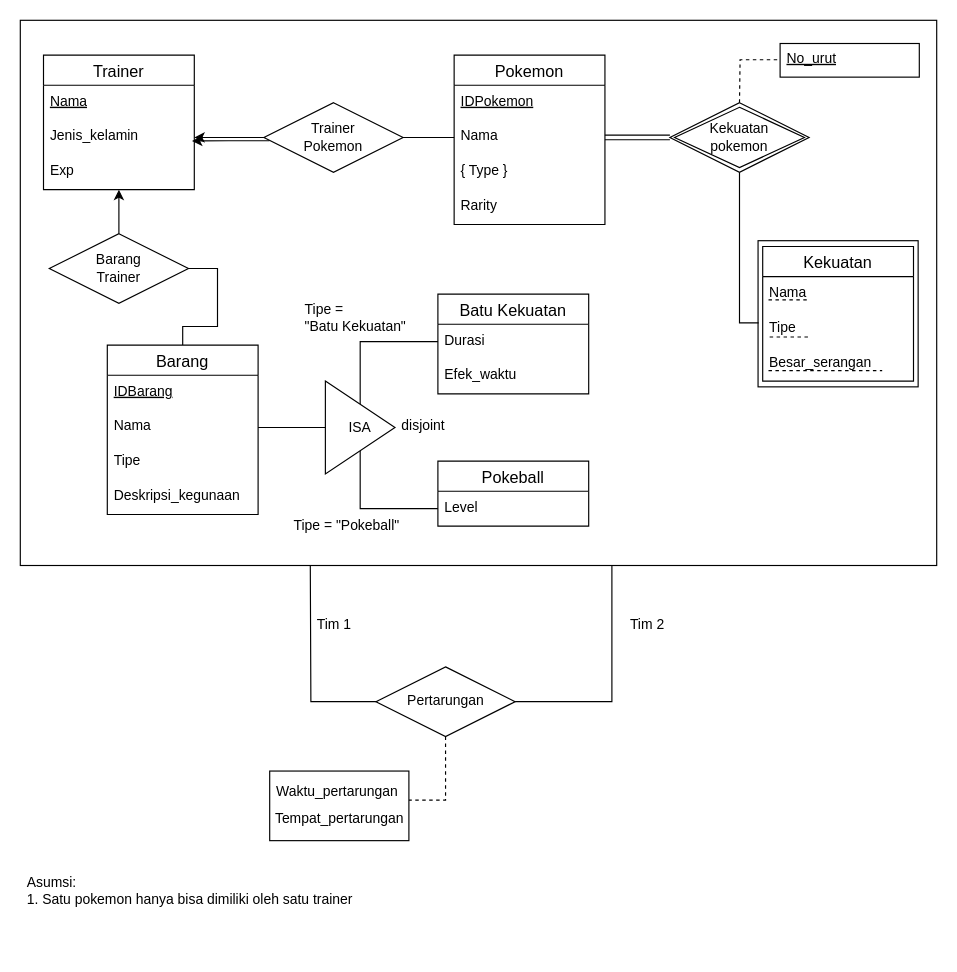
Before: ER minggu 9 2.drawio in codfikri/coursera-test, a draw.io diagram. Source tidied: cells renumbered, new cells numbered last; positions are measured from the earlier drawing's top-left corner, leaving out a move shared by most shapes. Both pictures are drawn from the tidied source at 116%, with x=0, y=0 at pixel (20, 20).
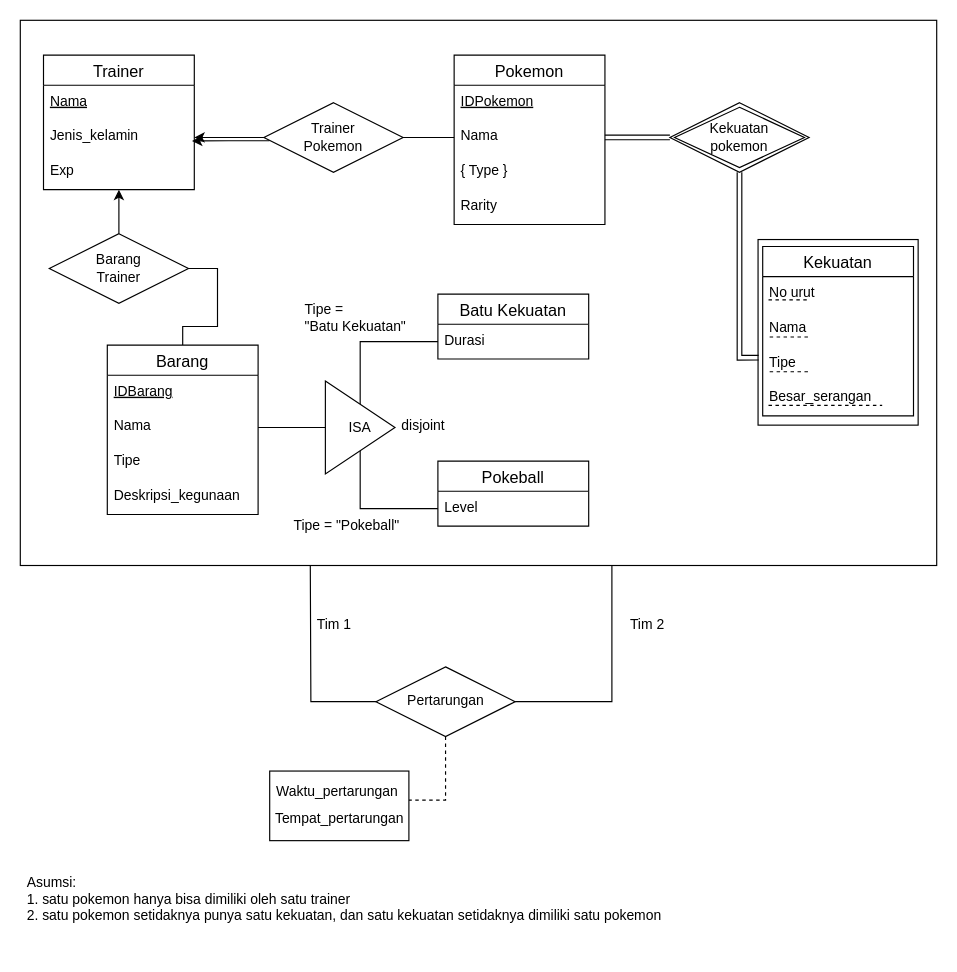
The same page after the edit.

Unchanged cells that the change refers to:
```xml
<mxCell id="59" value="Kekuatan &lt;br&gt;pokemon" style="shape=rhombus;double=1;perimeter=rhombusPerimeter;whiteSpace=wrap;html=1;align=center;" parent="1" vertex="1">
  <mxGeometry x="560" y="71" width="120" height="60" as="geometry" />
</mxCell>
```

The edit, as a diff of the source:
```diff
@@
     <mxCell id="3" style="rounded=0;whiteSpace=wrap;html=1;" parent="1" vertex="1">
-      <mxGeometry x="636" y="190" width="138" height="126" as="geometry" />
+      <mxGeometry x="636" y="189" width="138" height="160" as="geometry" />
     </mxCell>
@@
     <mxCell id="13" value="Kekuatan" style="swimlane;fontStyle=0;horizontal=1;startSize=26;align=center;fontSize=14;" parent="1" vertex="1">
-      <mxGeometry x="640" y="195" width="130" height="116" as="geometry" />
+      <mxGeometry x="640" y="195" width="130" height="146" as="geometry" />
     </mxCell>
-    <mxCell id="14" value="Nama" style="text;strokeColor=none;fillColor=none;spacingLeft=4;spacingRight=4;overflow=hidden;fontSize=12;fontStyle=0;" parent="13" vertex="1">
+    <mxCell id="14" value="No urut" style="text;strokeColor=none;fillColor=none;spacingLeft=4;spacingRight=4;overflow=hidden;fontSize=12;fontStyle=0;" parent="13" vertex="1">
       <mxGeometry y="26" width="130" height="30" as="geometry" />
     </mxCell>
@@
+    <mxCell id="60" value="Nama" style="text;strokeColor=none;fillColor=none;spacingLeft=4;spacingRight=4;overflow=hidden;fontSize=12;fontStyle=0;" parent="13" vertex="1">
+      <mxGeometry y="56" width="130" height="30" as="geometry" />
+    </mxCell>
     <mxCell id="16" value="Tipe" style="text;strokeColor=none;fillColor=none;spacingLeft=4;spacingRight=4;overflow=hidden;points=[[0,0.5],[1,0.5]];portConstraint=eastwest;fontSize=12;" parent="13" vertex="1">
-      <mxGeometry y="56" width="130" height="30" as="geometry" />
+      <mxGeometry y="86" width="130" height="30" as="geometry" />
     </mxCell>
     <mxCell id="17" value="Besar_serangan" style="text;strokeColor=none;fillColor=none;spacingLeft=4;spacingRight=4;overflow=hidden;fontSize=12;" parent="13" vertex="1">
-      <mxGeometry y="86" width="130" height="30" as="geometry" />
+      <mxGeometry y="116" width="130" height="30" as="geometry" />
     </mxCell>
@@
-    <mxCell id="25" style="edgeStyle=orthogonalEdgeStyle;rounded=0;jettySize=auto;html=1;exitX=0.5;exitY=0;exitDx=0;exitDy=0;endArrow=none;endFill=0;dashed=1;" parent="1" edge="1" target="55">
-      <mxGeometry relative="1" as="geometry">
-        <mxPoint x="620" y="71" as="sourcePoint" />
-      </mxGeometry>
-    </mxCell>
@@
     <mxCell id="44" value="Batu Kekuatan" style="swimlane;fontStyle=0;horizontal=1;startSize=26;align=center;fontSize=14;" parent="1" vertex="1">
-      <mxGeometry x="360" y="236" width="130" height="86" as="geometry" />
+      <mxGeometry x="360" y="236" width="130" height="56" as="geometry" />
     </mxCell>
@@
-    <mxCell id="46" value="Efek_waktu" style="text;strokeColor=none;fillColor=none;spacingLeft=4;spacingRight=4;overflow=hidden;fontSize=12;" parent="44" vertex="1">
-      <mxGeometry y="56" width="130" height="30" as="geometry" />
-    </mxCell>
@@
-    <mxCell id="53" value="Asumsi:&#10;1. Satu pokemon hanya bisa dimiliki oleh satu trainer" style="text;strokeColor=none;fillColor=none;spacingLeft=4;spacingRight=4;overflow=hidden;fontSize=12;" parent="1" vertex="1">
-      <mxGeometry y="730" width="520" height="70" as="geometry" />
+    <mxCell id="53" value="Asumsi:&#10;1. satu pokemon hanya bisa dimiliki oleh satu trainer&#10;2. satu pokemon setidaknya punya satu kekuatan, dan satu kekuatan setidaknya dimiliki satu pokemon" style="text;strokeColor=none;fillColor=none;spacingLeft=4;spacingRight=4;overflow=hidden;fontSize=12;" parent="1" vertex="1">
+      <mxGeometry y="730" width="650" height="70" as="geometry" />
     </mxCell>
-    <mxCell id="54" style="rounded=0;whiteSpace=wrap;html=1;" parent="1" vertex="1">
-      <mxGeometry x="655" y="20" width="120" height="29" as="geometry" />
-    </mxCell>
-    <mxCell id="55" value="No_urut" style="text;strokeColor=none;fillColor=none;spacingLeft=4;spacingRight=4;overflow=hidden;points=[[0,0.5],[1,0.5]];portConstraint=eastwest;fontSize=12;fontStyle=4;" parent="1" vertex="1">
-      <mxGeometry x="655" y="19" width="130" height="30" as="geometry" />
-    </mxCell>
@@
     <mxCell id="57" style="line;strokeWidth=1;dashed=1;labelPosition=right;align=left;verticalAlign=middle;spacingTop=0;spacingLeft=6;" parent="1" vertex="1">
-      <mxGeometry x="645" y="297" width="98" height="10" as="geometry" />
+      <mxGeometry x="645" y="327" width="98" height="10" as="geometry" />
     </mxCell>
-    <mxCell id="58" style="edgeStyle=orthogonalEdgeStyle;rounded=0;jettySize=auto;html=1;exitX=0.5;exitY=1;exitDx=0;exitDy=0;entryX=-0.027;entryY=0.329;entryDx=0;entryDy=0;entryPerimeter=0;endArrow=none;endFill=0;" parent="1" edge="1" source="59" target="16">
+    <mxCell id="58" style="edgeStyle=orthogonalEdgeStyle;rounded=0;jettySize=auto;html=1;exitX=0.5;exitY=1;exitDx=0;exitDy=0;entryX=-0.027;entryY=0.329;entryDx=0;entryDy=0;entryPerimeter=0;endArrow=none;endFill=0;shape=link;" parent="1" edge="1" source="59" target="16">
       <mxGeometry relative="1" as="geometry" />
     </mxCell>
@@
+    <mxCell id="61" style="endArrow=none;html=1;rounded=0;dashed=1;" parent="1" edge="1">
+      <mxGeometry relative="1" as="geometry">
+        <mxPoint x="646" y="303" as="sourcePoint" />
+        <mxPoint x="681" y="303" as="targetPoint" />
+      </mxGeometry>
+    </mxCell>
```
